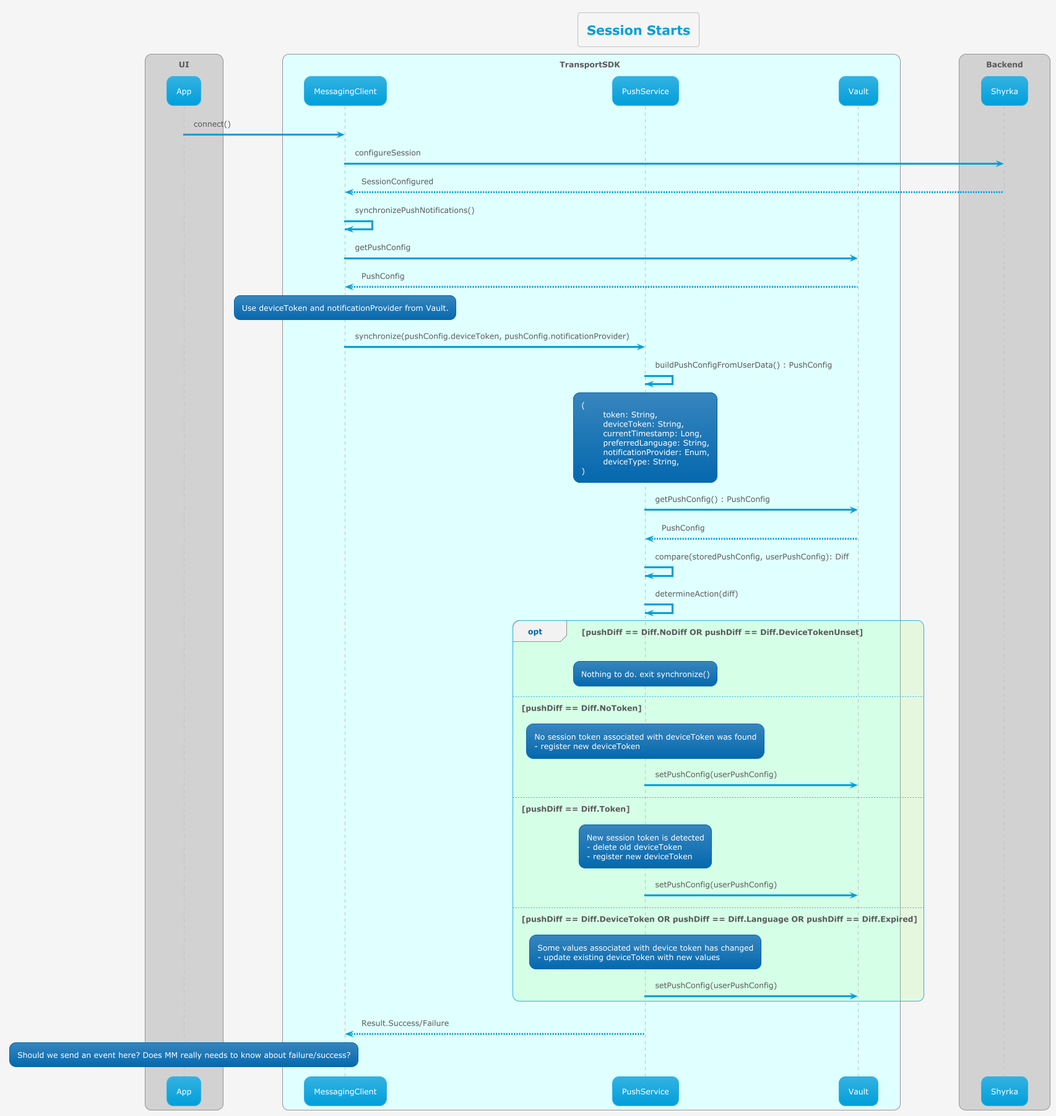
MyPureCloud/genesys-messenger-transport-mobile-sdk keeps this PlantUML diagram as transport/uml/push/sesion_starts_push_flow-Session_Starts.png. Above is the earlier version.
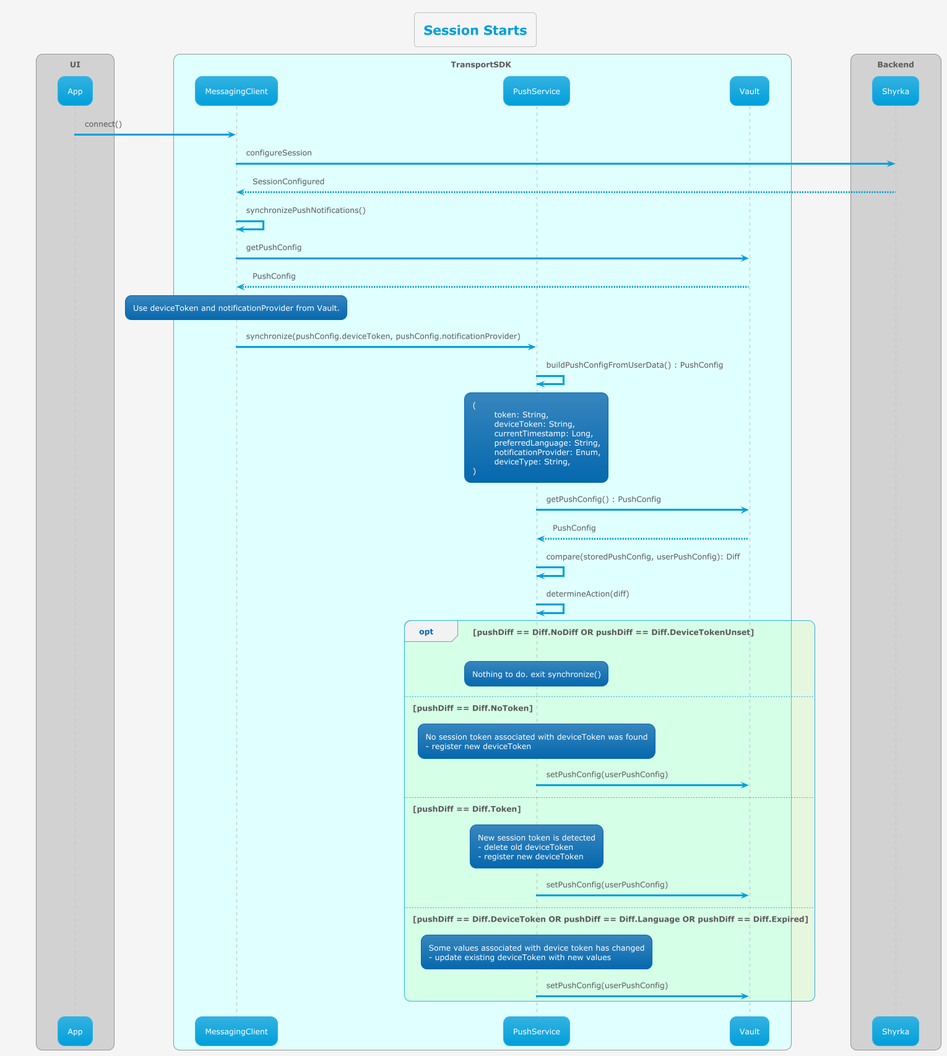
After the change.

Change to the diagram source:
```diff
@@ -69,8 +69,4 @@
         end rnote
         PushService -> Vault : setPushConfig(userPushConfig)
     end
-    PushService --> MessagingClient : Result.Success/Failure
-    rnote over App
-    Should we send an event here? Does MM really needs to know about failure/success?
-    end rnote
 @enduml
```
